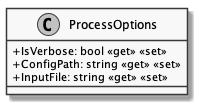
Before: documents/sd/resources/Classes/Core/CLI/ProcessOptions.png, a diagram exported from PlantUML (insightmind/MORR). The source it was exported from:
```plantuml
@startuml ProcessOptions
skinparam monochrome true
skinparam classAttributeIconSize 0
class ProcessOptions {
    + IsVerbose: bool <<get>> <<set>>
    + ConfigPath: string <<get>> <<set>>
    + InputFile: string <<get>> <<set>>
}
@enduml
```
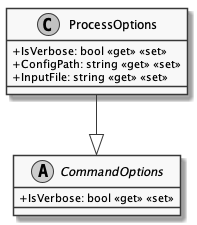
After the change.

Change to the diagram source:
```diff
@@ -6,4 +6,11 @@
     + ConfigPath: string <<get>> <<set>>
     + InputFile: string <<get>> <<set>>
 }
+
+abstract class CommandOptions {
+    + IsVerbose: bool <<get>> <<set>>
+}
+
+ProcessOptions --|> CommandOptions
+
 @enduml
```
